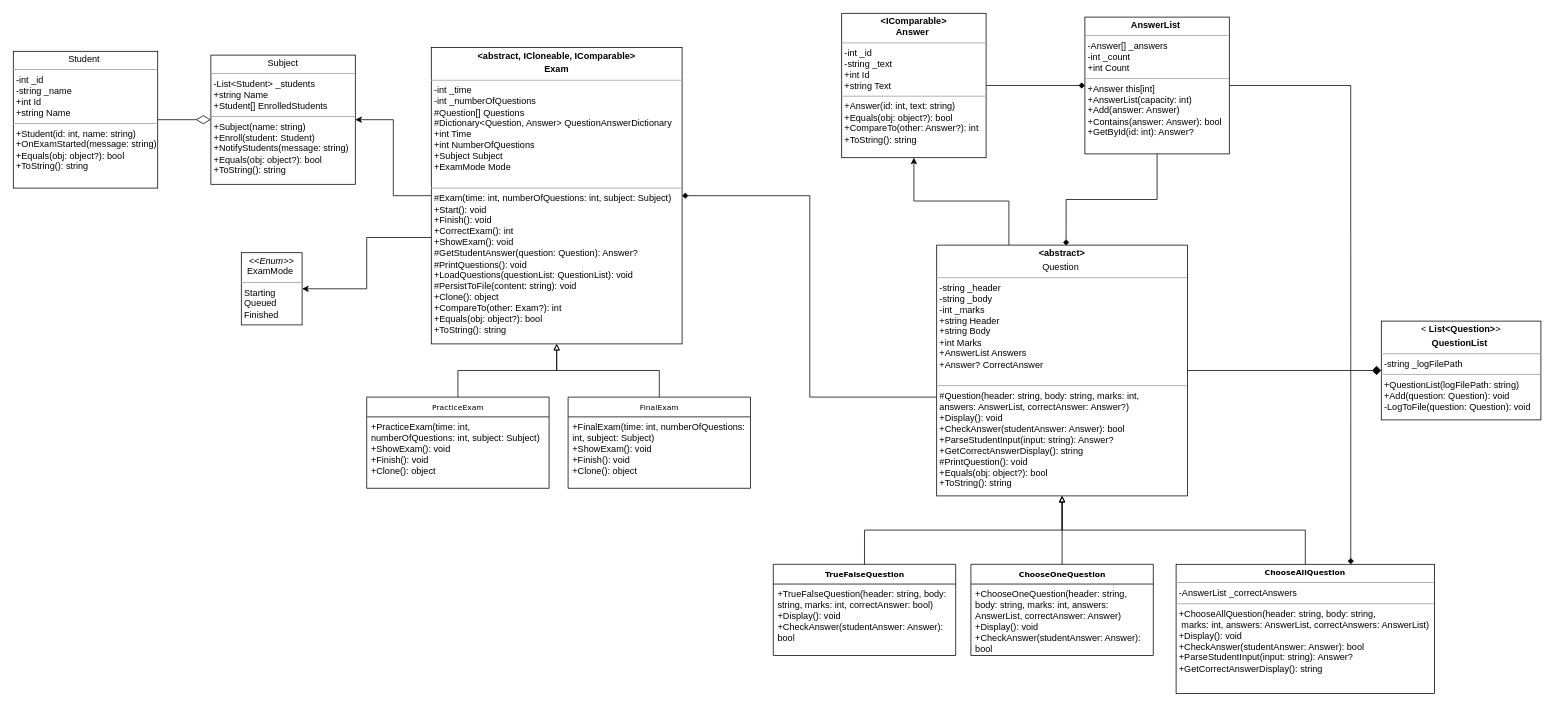
Before: UML/C# Project.drawio in YoussefHanna64-bit/Examination-Management-System, a draw.io diagram. Source tidied: cells renumbered, new cells numbered last; positions are measured from the earlier drawing's top-left corner, leaving out a move shared by most shapes. Both pictures are drawn from the tidied source at 76%, with x=0, y=0 at pixel (13, 13).
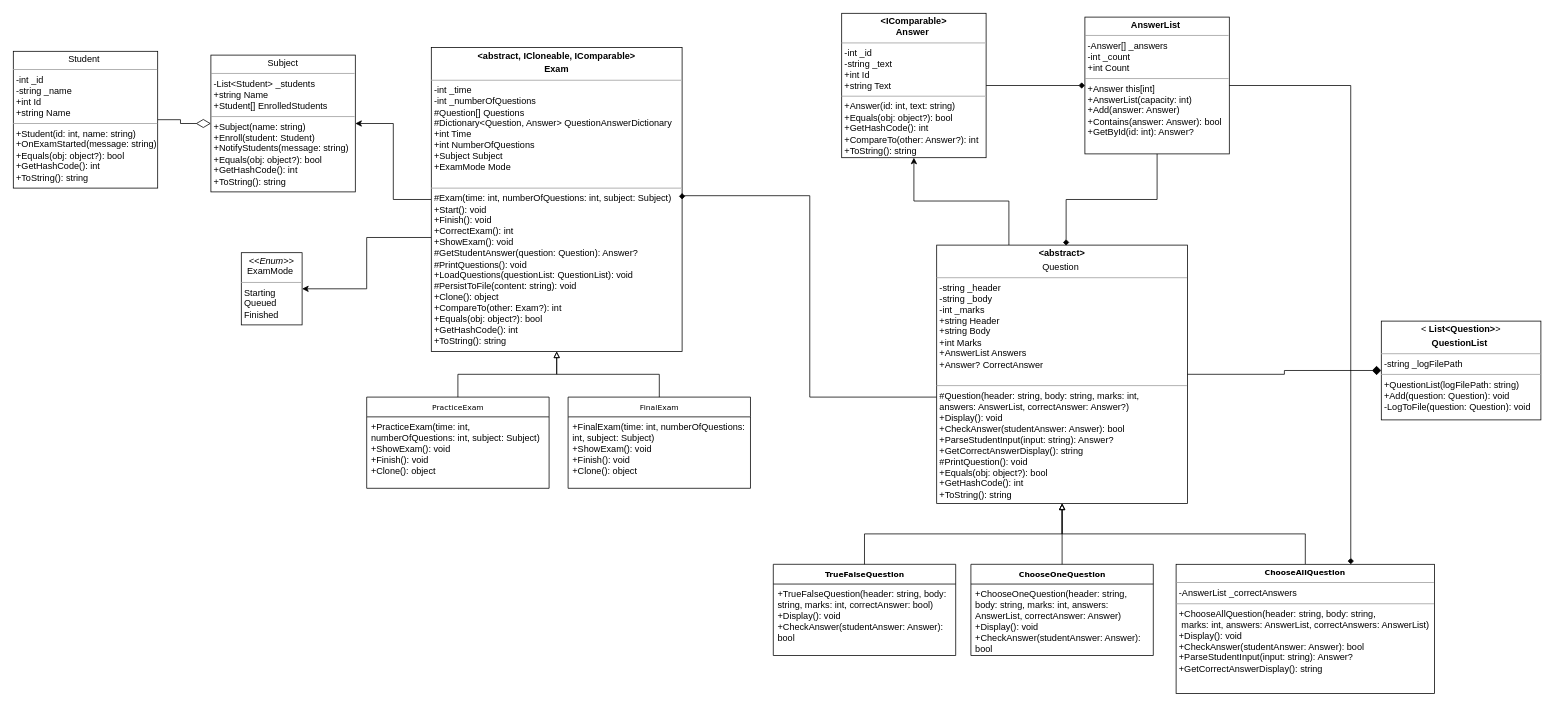
The same diagram, later.

Commit message (it also covers changes not shown here):
Refactor: implement GetHashCode to complement Equals

Diff of the diagram source:
```diff
@@
-    <mxCell id="8" value="&lt;p style=&quot;margin:0px;margin-top:4px;text-align:center;&quot;&gt;&lt;b style=&quot;background-color: transparent; color: light-dark(rgb(0, 0, 0), rgb(255, 255, 255));&quot;&gt;&amp;lt;abstract, ICloneable, IComparable&amp;gt;&lt;/b&gt;&lt;/p&gt;&lt;p style=&quot;margin:0px;margin-top:4px;text-align:center;&quot;&gt;&lt;b&gt;Exam&lt;/b&gt;&lt;/p&gt;&lt;hr size=&quot;1&quot;&gt;&lt;p style=&quot;margin:0px;margin-left:4px;&quot;&gt;     -int _time&lt;br&gt;-int _numberOfQuestions&lt;br&gt;&lt;/p&gt;&lt;p style=&quot;margin: 0px 0px 0px 4px;&quot;&gt;#Question[] Questions&lt;/p&gt;&lt;p style=&quot;margin: 0px 0px 0px 4px;&quot;&gt;#Dictionary&amp;lt;Question, Answer&amp;gt; QuestionAnswerDictionary&lt;/p&gt;&lt;p style=&quot;margin:0px;margin-left:4px;&quot;&gt;+int Time&amp;nbsp;&lt;/p&gt;&lt;p style=&quot;margin:0px;margin-left:4px;&quot;&gt;+int NumberOfQuestions&amp;nbsp;&lt;/p&gt;&lt;p style=&quot;margin:0px;margin-left:4px;&quot;&gt;+Subject Subject&amp;nbsp;&lt;/p&gt;&lt;p style=&quot;margin:0px;margin-left:4px;&quot;&gt;+ExamMode Mode&lt;br&gt;&lt;/p&gt;&lt;p style=&quot;margin:0px;margin-left:4px;&quot;&gt;&lt;br&gt;&lt;/p&gt;&lt;hr size=&quot;1&quot;&gt;&lt;p style=&quot;margin:0px;margin-left:4px;&quot;&gt;#Exam(time: int, numberOfQuestions: int, subject: Subject)&amp;nbsp;&lt;/p&gt;&lt;p style=&quot;margin:0px;margin-left:4px;&quot;&gt;+Start(): void&amp;nbsp;&lt;/p&gt;&lt;p style=&quot;margin:0px;margin-left:4px;&quot;&gt;+Finish(): void&amp;nbsp;&lt;/p&gt;&lt;p style=&quot;margin:0px;margin-left:4px;&quot;&gt;+CorrectExam(): int&amp;nbsp;&lt;/p&gt;&lt;p style=&quot;margin:0px;margin-left:4px;&quot;&gt;+ShowExam(): void&amp;nbsp;&lt;/p&gt;&lt;p style=&quot;margin:0px;margin-left:4px;&quot;&gt;#GetStudentAnswer(question: Question): Answer?&lt;br&gt;            #PrintQuestions(): void&lt;br&gt;            +LoadQuestions(questionList: QuestionList): void&lt;br&gt;            #PersistToFile(content: string): void&lt;br&gt;            +Clone(): object&lt;br&gt;            +CompareTo(other: Exam?): int&lt;br&gt;            +Equals(obj: object?): bool&lt;br&gt;            +ToString(): string&lt;/p&gt;" style="verticalAlign=top;align=left;overflow=fill;fontSize=12;fontFamily=Helvetica;html=1;rounded=0;shadow=0;comic=0;labelBackgroundColor=none;strokeWidth=1;" parent="1" vertex="1">
-      <mxGeometry x="550" y="45" width="330" height="390" as="geometry" />
+    <mxCell id="8" value="&lt;p style=&quot;margin:0px;margin-top:4px;text-align:center;&quot;&gt;&lt;b style=&quot;background-color: transparent; color: light-dark(rgb(0, 0, 0), rgb(255, 255, 255));&quot;&gt;&amp;lt;abstract, ICloneable, IComparable&amp;gt;&lt;/b&gt;&lt;/p&gt;&lt;p style=&quot;margin:0px;margin-top:4px;text-align:center;&quot;&gt;&lt;b&gt;Exam&lt;/b&gt;&lt;/p&gt;&lt;hr size=&quot;1&quot;&gt;&lt;p style=&quot;margin:0px;margin-left:4px;&quot;&gt;     -int _time&lt;br&gt;-int _numberOfQuestions&lt;br&gt;&lt;/p&gt;&lt;p style=&quot;margin: 0px 0px 0px 4px;&quot;&gt;#Question[] Questions&lt;/p&gt;&lt;p style=&quot;margin: 0px 0px 0px 4px;&quot;&gt;#Dictionary&amp;lt;Question, Answer&amp;gt; QuestionAnswerDictionary&lt;/p&gt;&lt;p style=&quot;margin:0px;margin-left:4px;&quot;&gt;+int Time&amp;nbsp;&lt;/p&gt;&lt;p style=&quot;margin:0px;margin-left:4px;&quot;&gt;+int NumberOfQuestions&amp;nbsp;&lt;/p&gt;&lt;p style=&quot;margin:0px;margin-left:4px;&quot;&gt;+Subject Subject&amp;nbsp;&lt;/p&gt;&lt;p style=&quot;margin:0px;margin-left:4px;&quot;&gt;+ExamMode Mode&lt;br&gt;&lt;/p&gt;&lt;p style=&quot;margin:0px;margin-left:4px;&quot;&gt;&lt;br&gt;&lt;/p&gt;&lt;hr size=&quot;1&quot;&gt;&lt;p style=&quot;margin:0px;margin-left:4px;&quot;&gt;#Exam(time: int, numberOfQuestions: int, subject: Subject)&amp;nbsp;&lt;/p&gt;&lt;p style=&quot;margin:0px;margin-left:4px;&quot;&gt;+Start(): void&amp;nbsp;&lt;/p&gt;&lt;p style=&quot;margin:0px;margin-left:4px;&quot;&gt;+Finish(): void&amp;nbsp;&lt;/p&gt;&lt;p style=&quot;margin:0px;margin-left:4px;&quot;&gt;+CorrectExam(): int&amp;nbsp;&lt;/p&gt;&lt;p style=&quot;margin:0px;margin-left:4px;&quot;&gt;+ShowExam(): void&amp;nbsp;&lt;/p&gt;&lt;p style=&quot;margin:0px;margin-left:4px;&quot;&gt;#GetStudentAnswer(question: Question): Answer?&lt;br&gt;            #PrintQuestions(): void&lt;br&gt;            +LoadQuestions(questionList: QuestionList): void&lt;br&gt;            #PersistToFile(content: string): void&lt;br&gt;            +Clone(): object&lt;br&gt;            +CompareTo(other: Exam?): int&lt;br&gt;            +Equals(obj: object?): bool&lt;/p&gt;&lt;p style=&quot;margin:0px;margin-left:4px;&quot;&gt;+&lt;span class=&quot;hljs-title&quot;&gt;GetHashCode&lt;/span&gt;(&lt;span class=&quot;hljs-params&quot;&gt;&lt;/span&gt;): int&lt;br&gt;            +ToString(): string&lt;/p&gt;" style="verticalAlign=top;align=left;overflow=fill;fontSize=12;fontFamily=Helvetica;html=1;rounded=0;shadow=0;comic=0;labelBackgroundColor=none;strokeWidth=1;" parent="1" vertex="1">
+      <mxGeometry x="550" y="45" width="330" height="400" as="geometry" />
     </mxCell>
@@
-    <mxCell id="12" value="&lt;p style=&quot;margin:0px;margin-top:4px;text-align:center;&quot;&gt;&lt;span style=&quot;background-color: transparent; color: light-dark(rgb(0, 0, 0), rgb(255, 255, 255)); text-align: left;&quot;&gt;Subject&lt;/span&gt;&lt;/p&gt;&lt;hr size=&quot;1&quot;&gt;&lt;p style=&quot;margin:0px;margin-left:4px;&quot;&gt;-List&amp;lt;Student&amp;gt; _students&amp;nbsp;&lt;/p&gt;&lt;p style=&quot;margin:0px;margin-left:4px;&quot;&gt;+string Name&amp;nbsp;&lt;/p&gt;&lt;p style=&quot;margin:0px;margin-left:4px;&quot;&gt;+Student[] EnrolledStudents&lt;/p&gt;&lt;hr size=&quot;1&quot;&gt;&lt;p style=&quot;margin:0px;margin-left:4px;&quot;&gt;+Subject(name: string)&lt;br&gt;+Enroll(student: Student)&lt;br&gt;+NotifyStudents(message: string)&lt;br&gt;            +Equals(obj: object?): bool&lt;br&gt;            +ToString(): string&lt;/p&gt;" style="verticalAlign=top;align=left;overflow=fill;fontSize=12;fontFamily=Helvetica;html=1;rounded=0;shadow=0;comic=0;labelBackgroundColor=none;strokeWidth=1;" parent="1" vertex="1">
-      <mxGeometry x="260" y="55" width="190" height="170" as="geometry" />
+    <mxCell id="12" value="&lt;p style=&quot;margin:0px;margin-top:4px;text-align:center;&quot;&gt;&lt;span style=&quot;background-color: transparent; color: light-dark(rgb(0, 0, 0), rgb(255, 255, 255)); text-align: left;&quot;&gt;Subject&lt;/span&gt;&lt;/p&gt;&lt;hr size=&quot;1&quot;&gt;&lt;p style=&quot;margin:0px;margin-left:4px;&quot;&gt;-List&amp;lt;Student&amp;gt; _students&amp;nbsp;&lt;/p&gt;&lt;p style=&quot;margin:0px;margin-left:4px;&quot;&gt;+string Name&amp;nbsp;&lt;/p&gt;&lt;p style=&quot;margin:0px;margin-left:4px;&quot;&gt;+Student[] EnrolledStudents&lt;/p&gt;&lt;hr size=&quot;1&quot;&gt;&lt;p style=&quot;margin:0px;margin-left:4px;&quot;&gt;+Subject(name: string)&lt;br&gt;+Enroll(student: Student)&lt;br&gt;+NotifyStudents(message: string)&lt;br&gt;            +Equals(obj: object?): bool&lt;/p&gt;&lt;p style=&quot;margin:0px;margin-left:4px;&quot;&gt;+&lt;span class=&quot;hljs-title&quot;&gt;GetHashCode&lt;/span&gt;(&lt;span class=&quot;hljs-params&quot;&gt;&lt;/span&gt;): int&lt;br&gt;            +ToString(): string&lt;/p&gt;" style="verticalAlign=top;align=left;overflow=fill;fontSize=12;fontFamily=Helvetica;html=1;rounded=0;shadow=0;comic=0;labelBackgroundColor=none;strokeWidth=1;" parent="1" vertex="1">
+      <mxGeometry x="260" y="55" width="190" height="180" as="geometry" />
     </mxCell>
@@
-    <mxCell id="14" value="&lt;p style=&quot;margin:0px;margin-top:4px;text-align:center;&quot;&gt;Student&amp;nbsp;&lt;/p&gt;&lt;hr size=&quot;1&quot;&gt;&lt;p style=&quot;margin:0px;margin-left:4px;&quot;&gt;-int _id&lt;br&gt;            -string _name&lt;br&gt;            +int Id&lt;br&gt;            +string Name&lt;/p&gt;&lt;hr size=&quot;1&quot;&gt;&lt;p style=&quot;margin:0px;margin-left:4px;&quot;&gt;+Student(id: int, name: string)&lt;br&gt;            +OnExamStarted(message: string)&lt;br&gt;            +Equals(obj: object?): bool&lt;br&gt;            +ToString(): string&lt;/p&gt;" style="verticalAlign=top;align=left;overflow=fill;fontSize=12;fontFamily=Helvetica;html=1;rounded=0;shadow=0;comic=0;labelBackgroundColor=none;strokeWidth=1;" parent="1" vertex="1">
+    <mxCell id="14" value="&lt;p style=&quot;margin:0px;margin-top:4px;text-align:center;&quot;&gt;Student&amp;nbsp;&lt;/p&gt;&lt;hr size=&quot;1&quot;&gt;&lt;p style=&quot;margin:0px;margin-left:4px;&quot;&gt;-int _id&lt;br&gt;            -string _name&lt;br&gt;            +int Id&lt;br&gt;            +string Name&lt;/p&gt;&lt;hr size=&quot;1&quot;&gt;&lt;p style=&quot;margin:0px;margin-left:4px;&quot;&gt;+Student(id: int, name: string)&lt;br&gt;            +OnExamStarted(message: string)&lt;br&gt;            +Equals(obj: object?): bool&lt;br&gt;+&lt;span class=&quot;hljs-title&quot;&gt;GetHashCode&lt;/span&gt;(&lt;span class=&quot;hljs-params&quot;&gt;&lt;/span&gt;): int&lt;br&gt;            +ToString(): string&lt;/p&gt;" style="verticalAlign=top;align=left;overflow=fill;fontSize=12;fontFamily=Helvetica;html=1;rounded=0;shadow=0;comic=0;labelBackgroundColor=none;strokeWidth=1;" parent="1" vertex="1">
       <mxGeometry y="50" width="190" height="180" as="geometry" />
     </mxCell>
@@
-    <mxCell id="17" value="&lt;p style=&quot;margin:0px;margin-top:4px;text-align:center;&quot;&gt;&lt;b style=&quot;background-color: transparent; color: light-dark(rgb(0, 0, 0), rgb(255, 255, 255));&quot;&gt;&amp;lt;abstract&lt;/b&gt;&lt;b style=&quot;background-color: transparent; color: light-dark(rgb(0, 0, 0), rgb(255, 255, 255));&quot;&gt;&amp;gt;&lt;/b&gt;&lt;/p&gt;&lt;p style=&quot;margin:0px;margin-top:4px;text-align:center;&quot;&gt;Question&amp;nbsp;&lt;/p&gt;&lt;hr size=&quot;1&quot;&gt;&lt;p style=&quot;margin:0px;margin-left:4px;&quot;&gt;-string _header&lt;br&gt;            -string _body&lt;br&gt;            -int _marks&lt;br&gt;            +string Header&lt;br&gt;            +string Body&lt;br&gt;            +int Marks&lt;br&gt;            +AnswerList Answers&lt;br&gt;            +Answer? CorrectAnswer&lt;/p&gt;&lt;p style=&quot;margin:0px;margin-left:4px;&quot;&gt;&lt;br&gt;&lt;/p&gt;&lt;hr size=&quot;1&quot;&gt;&lt;p style=&quot;margin:0px;margin-left:4px;&quot;&gt;#Question(header: string, body: string, marks: int,&amp;nbsp;&lt;/p&gt;&lt;p style=&quot;margin:0px;margin-left:4px;&quot;&gt;answers: AnswerList, correctAnswer: Answer?)&lt;br&gt;            +Display(): void&lt;br&gt;            +CheckAnswer(studentAnswer: Answer): bool&lt;br&gt;            +ParseStudentInput(input: string): Answer?&lt;br&gt;            +GetCorrectAnswerDisplay(): string&lt;br&gt;            #PrintQuestion(): void&lt;br&gt;            +Equals(obj: object?): bool&lt;br&gt;            +ToString(): string&lt;/p&gt;" style="verticalAlign=top;align=left;overflow=fill;fontSize=12;fontFamily=Helvetica;html=1;rounded=0;shadow=0;comic=0;labelBackgroundColor=none;strokeWidth=1;" parent="1" vertex="1">
-      <mxGeometry x="1215" y="305" width="330" height="330" as="geometry" />
+    <mxCell id="17" value="&lt;p style=&quot;margin:0px;margin-top:4px;text-align:center;&quot;&gt;&lt;b style=&quot;background-color: transparent; color: light-dark(rgb(0, 0, 0), rgb(255, 255, 255));&quot;&gt;&amp;lt;abstract&lt;/b&gt;&lt;b style=&quot;background-color: transparent; color: light-dark(rgb(0, 0, 0), rgb(255, 255, 255));&quot;&gt;&amp;gt;&lt;/b&gt;&lt;/p&gt;&lt;p style=&quot;margin:0px;margin-top:4px;text-align:center;&quot;&gt;Question&amp;nbsp;&lt;/p&gt;&lt;hr size=&quot;1&quot;&gt;&lt;p style=&quot;margin:0px;margin-left:4px;&quot;&gt;-string _header&lt;br&gt;            -string _body&lt;br&gt;            -int _marks&lt;br&gt;            +string Header&lt;br&gt;            +string Body&lt;br&gt;            +int Marks&lt;br&gt;            +AnswerList Answers&lt;br&gt;            +Answer? CorrectAnswer&lt;/p&gt;&lt;p style=&quot;margin:0px;margin-left:4px;&quot;&gt;&lt;br&gt;&lt;/p&gt;&lt;hr size=&quot;1&quot;&gt;&lt;p style=&quot;margin:0px;margin-left:4px;&quot;&gt;#Question(header: string, body: string, marks: int,&amp;nbsp;&lt;/p&gt;&lt;p style=&quot;margin:0px;margin-left:4px;&quot;&gt;answers: AnswerList, correctAnswer: Answer?)&lt;br&gt;            +Display(): void&lt;br&gt;            +CheckAnswer(studentAnswer: Answer): bool&lt;br&gt;            +ParseStudentInput(input: string): Answer?&lt;br&gt;            +GetCorrectAnswerDisplay(): string&lt;br&gt;            #PrintQuestion(): void&lt;br&gt;            +Equals(obj: object?): bool&lt;/p&gt;&lt;p style=&quot;margin:0px;margin-left:4px;&quot;&gt;+&lt;span class=&quot;hljs-title&quot;&gt;GetHashCode&lt;/span&gt;(&lt;span class=&quot;hljs-params&quot;&gt;&lt;/span&gt;): int&lt;br&gt;            +ToString(): string&lt;/p&gt;" style="verticalAlign=top;align=left;overflow=fill;fontSize=12;fontFamily=Helvetica;html=1;rounded=0;shadow=0;comic=0;labelBackgroundColor=none;strokeWidth=1;" parent="1" vertex="1">
+      <mxGeometry x="1215" y="305" width="330" height="340" as="geometry" />
     </mxCell>
@@
-    <mxCell id="30" value="&lt;p style=&quot;margin:0px;margin-top:4px;text-align:center;&quot;&gt;&lt;b&gt;&amp;lt;IComparable&amp;gt;&lt;br&gt;Answer&amp;nbsp;&lt;/b&gt;&lt;/p&gt;&lt;hr size=&quot;1&quot;&gt;&lt;p style=&quot;margin:0px;margin-left:4px;&quot;&gt;-int _id&lt;br&gt;            -string _text&lt;br&gt;            +int Id&lt;br&gt;            +string Text&lt;/p&gt;&lt;hr size=&quot;1&quot;&gt;&lt;p style=&quot;margin:0px;margin-left:4px;&quot;&gt;+Answer(id: int, text: string)&lt;br&gt;            +Equals(obj: object?): bool&lt;br&gt;            +CompareTo(other: Answer?): int&lt;br&gt;            +ToString(): string&lt;/p&gt;" style="verticalAlign=top;align=left;overflow=fill;fontSize=12;fontFamily=Helvetica;html=1;rounded=0;shadow=0;comic=0;labelBackgroundColor=none;strokeWidth=1;" parent="1" vertex="1">
+    <mxCell id="30" value="&lt;p style=&quot;margin:0px;margin-top:4px;text-align:center;&quot;&gt;&lt;b&gt;&amp;lt;IComparable&amp;gt;&lt;br&gt;Answer&amp;nbsp;&lt;/b&gt;&lt;/p&gt;&lt;hr size=&quot;1&quot;&gt;&lt;p style=&quot;margin:0px;margin-left:4px;&quot;&gt;-int _id&lt;br&gt;            -string _text&lt;br&gt;            +int Id&lt;br&gt;            +string Text&lt;/p&gt;&lt;hr size=&quot;1&quot;&gt;&lt;p style=&quot;margin:0px;margin-left:4px;&quot;&gt;+Answer(id: int, text: string)&lt;br&gt;            +Equals(obj: object?): bool&lt;/p&gt;&lt;p style=&quot;margin:0px;margin-left:4px;&quot;&gt;+&lt;span class=&quot;hljs-title&quot;&gt;GetHashCode&lt;/span&gt;(&lt;span class=&quot;hljs-params&quot;&gt;&lt;/span&gt;): int&lt;br&gt;            +CompareTo(other: Answer?): int&lt;br&gt;            +ToString(): string&lt;/p&gt;" style="verticalAlign=top;align=left;overflow=fill;fontSize=12;fontFamily=Helvetica;html=1;rounded=0;shadow=0;comic=0;labelBackgroundColor=none;strokeWidth=1;" parent="1" vertex="1">
       <mxGeometry x="1090" width="190" height="190" as="geometry" />
     </mxCell>
```
